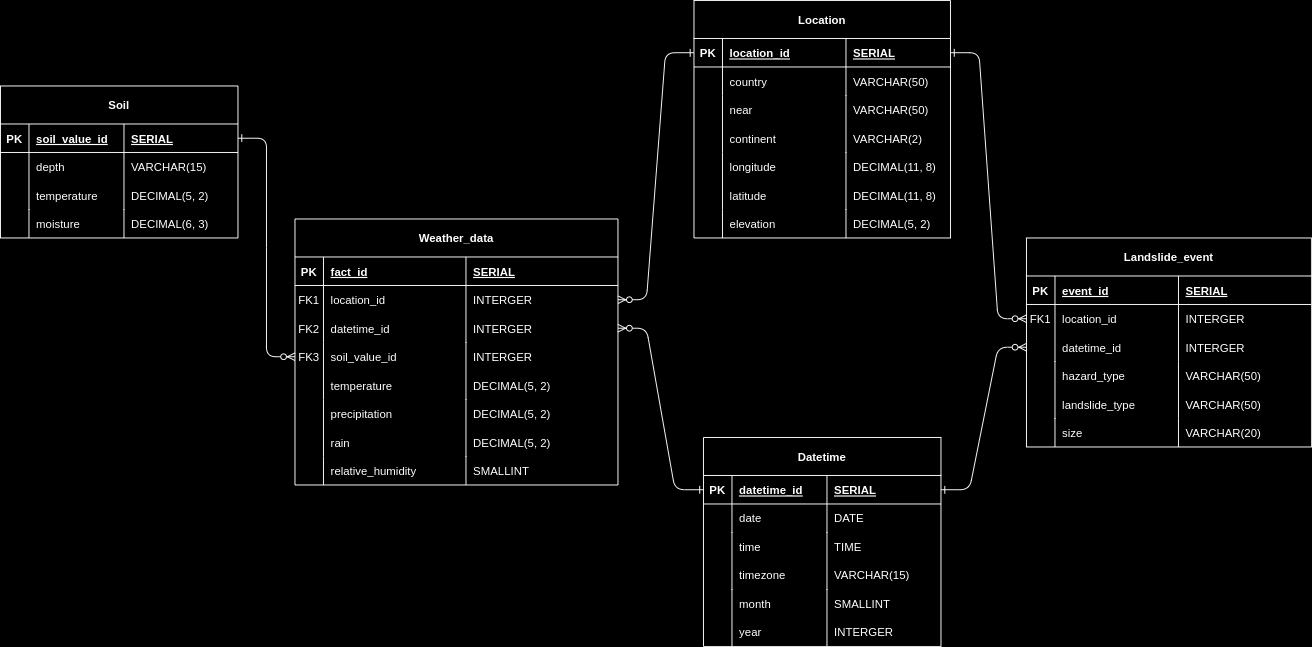
The draw.io diagram assets/datawarehouse_schema.png in jeremy0612/landslide_monitoring_system, before a commit. Source tidied: cells renumbered, new cells last; positions are measured from the earlier drawing's top-left corner, leaving out a move shared by most shapes.
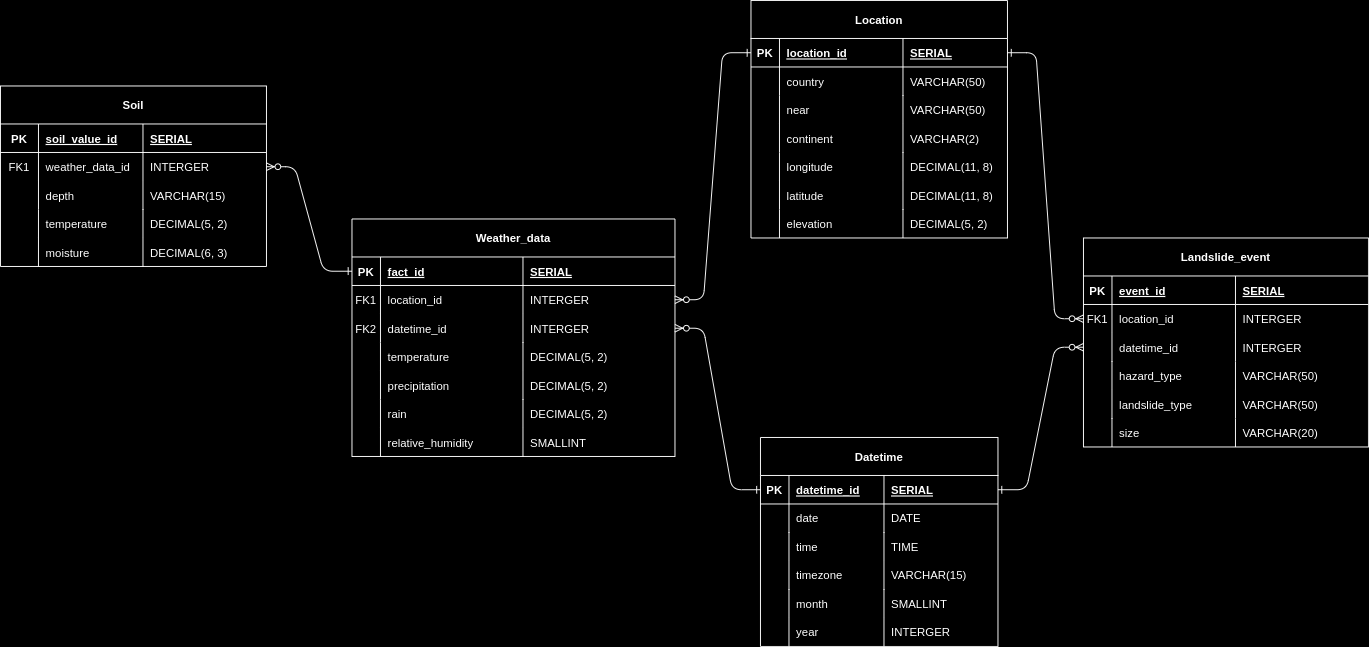
The same file after the commit.

What changed in the source:
```diff
@@ -6,7 +6,7 @@
       <mxGeometry relative="1" as="geometry" />
     </mxCell>
     <mxCell id="3" value="Weather_data" style="shape=table;startSize=40;rowLines=0;fontStyle=1;align=center;" parent="1" vertex="1">
-      <mxGeometry x="310" y="230" width="340" height="280" as="geometry" />
+      <mxGeometry x="310" y="230" width="340" height="250" as="geometry" />
     </mxCell>
     <mxCell id="4" style="shape=partialRectangle;fillColor=none;points=[[0,0.5],[1,0.5]];portConstraint=eastwest;top=0;left=0;right=0;bottom=1;" parent="3" vertex="1">
       <mxGeometry y="40" width="340" height="30" as="geometry" />
@@ -44,20 +44,8 @@
     <mxCell id="15" value="INTERGER" style="shape=partialRectangle;overflow=hidden;fillColor=none;top=0;left=0;bottom=0;right=0;align=left;spacingLeft=6;" parent="12" vertex="1">
       <mxGeometry x="180" width="160" height="30" as="geometry" />
     </mxCell>
-    <mxCell id="16" style="shape=partialRectangle;fillColor=none;points=[[0,0.5],[1,0.5]];portConstraint=eastwest;top=0;left=0;right=0;bottom=0;" parent="3" vertex="1">
-      <mxGeometry y="130" width="340" height="30" as="geometry" />
-    </mxCell>
-    <mxCell id="17" value="FK3" style="shape=partialRectangle;overflow=hidden;fillColor=none;top=0;left=0;bottom=0;right=0;" parent="16" vertex="1">
-      <mxGeometry width="30" height="30" as="geometry" />
-    </mxCell>
-    <mxCell id="18" value="soil_value_id" style="shape=partialRectangle;overflow=hidden;fillColor=none;top=0;left=0;bottom=0;right=0;align=left;spacingLeft=6;" parent="16" vertex="1">
-      <mxGeometry x="30" width="150" height="30" as="geometry" />
-    </mxCell>
-    <mxCell id="19" value="INTERGER" style="shape=partialRectangle;overflow=hidden;fillColor=none;top=0;left=0;bottom=0;right=0;align=left;spacingLeft=6;" parent="16" vertex="1">
-      <mxGeometry x="180" width="160" height="30" as="geometry" />
-    </mxCell>
     <mxCell id="20" style="shape=partialRectangle;fillColor=none;top=0;left=0;right=0;bottom=0;" parent="3" vertex="1">
-      <mxGeometry y="160" width="340" height="30" as="geometry" />
+      <mxGeometry y="130" width="340" height="30" as="geometry" />
     </mxCell>
     <mxCell id="21" style="shape=partialRectangle;overflow=hidden;fillColor=none;top=0;left=0;bottom=0;right=0;" parent="20" vertex="1">
       <mxGeometry width="30" height="30" as="geometry" />
@@ -69,7 +57,7 @@
       <mxGeometry x="180" width="160" height="30" as="geometry" />
     </mxCell>
     <mxCell id="24" style="shape=partialRectangle;fillColor=none;top=0;left=0;right=0;bottom=0;" parent="3" vertex="1">
-      <mxGeometry y="190" width="340" height="30" as="geometry" />
+      <mxGeometry y="160" width="340" height="30" as="geometry" />
     </mxCell>
     <mxCell id="25" style="shape=partialRectangle;overflow=hidden;fillColor=none;top=0;left=0;bottom=0;right=0;" parent="24" vertex="1">
       <mxGeometry width="30" height="30" as="geometry" />
@@ -81,7 +69,7 @@
       <mxGeometry x="180" width="160" height="30" as="geometry" />
     </mxCell>
     <mxCell id="28" style="shape=partialRectangle;fillColor=none;top=0;left=0;right=0;bottom=0;" parent="3" vertex="1">
-      <mxGeometry y="220" width="340" height="30" as="geometry" />
+      <mxGeometry y="190" width="340" height="30" as="geometry" />
     </mxCell>
     <mxCell id="29" style="shape=partialRectangle;overflow=hidden;fillColor=none;top=0;left=0;bottom=0;right=0;" parent="28" vertex="1">
       <mxGeometry width="30" height="30" as="geometry" />
@@ -93,7 +81,7 @@
       <mxGeometry x="180" width="160" height="30" as="geometry" />
     </mxCell>
     <mxCell id="32" style="shape=partialRectangle;fillColor=none;top=0;left=0;right=0;bottom=0;" parent="3" vertex="1">
-      <mxGeometry y="250" width="340" height="30" as="geometry" />
+      <mxGeometry y="220" width="340" height="30" as="geometry" />
     </mxCell>
     <mxCell id="33" style="shape=partialRectangle;overflow=hidden;fillColor=none;top=0;left=0;bottom=0;right=0;" parent="32" vertex="1">
       <mxGeometry width="30" height="30" as="geometry" />
@@ -359,57 +347,69 @@
       </mxGeometry>
     </mxCell>
     <mxCell id="118" value="Soil" style="shape=table;startSize=40;rowLines=0;fontStyle=1;align=center;" parent="1" vertex="1">
-      <mxGeometry y="90" width="250" height="160" as="geometry" />
+      <mxGeometry x="-60" y="90" width="280" height="190" as="geometry" />
     </mxCell>
     <mxCell id="119" style="shape=partialRectangle;fillColor=none;points=[[0,0.5],[1,0.5]];portConstraint=eastwest;top=0;left=0;right=0;bottom=1;" parent="118" vertex="1">
-      <mxGeometry y="40" width="250" height="30" as="geometry" />
+      <mxGeometry y="40" width="280" height="30" as="geometry" />
     </mxCell>
     <mxCell id="120" value="PK" style="shape=partialRectangle;overflow=hidden;fillColor=none;top=0;left=0;bottom=0;right=0;fontStyle=1;" parent="119" vertex="1">
-      <mxGeometry width="30" height="30" as="geometry" />
+      <mxGeometry width="40" height="30" as="geometry" />
     </mxCell>
     <mxCell id="121" value="soil_value_id" style="shape=partialRectangle;overflow=hidden;fillColor=none;top=0;left=0;bottom=0;right=0;align=left;spacingLeft=6;fontStyle=5;" parent="119" vertex="1">
-      <mxGeometry x="30" width="100" height="30" as="geometry" />
+      <mxGeometry x="40" width="110" height="30" as="geometry" />
     </mxCell>
     <mxCell id="122" value="SERIAL" style="shape=partialRectangle;overflow=hidden;fillColor=none;top=0;left=0;bottom=0;right=0;align=left;spacingLeft=6;fontStyle=5;" parent="119" vertex="1">
-      <mxGeometry x="130" width="120" height="30" as="geometry" />
+      <mxGeometry x="150" width="130" height="30" as="geometry" />
     </mxCell>
+    <mxCell id="136" style="shape=partialRectangle;fillColor=none;points=[[0,0.5],[1,0.5]];portConstraint=eastwest;top=0;left=0;right=0;bottom=0;" parent="118" vertex="1">
+      <mxGeometry y="70" width="280" height="30" as="geometry" />
+    </mxCell>
+    <mxCell id="137" value="FK1" style="shape=partialRectangle;overflow=hidden;fillColor=none;top=0;left=0;bottom=0;right=0;" parent="136" vertex="1">
+      <mxGeometry width="40" height="30" as="geometry" />
+    </mxCell>
+    <mxCell id="138" value="weather_data_id             " style="shape=partialRectangle;overflow=hidden;fillColor=none;top=0;left=0;bottom=0;right=0;align=left;spacingLeft=6;" parent="136" vertex="1">
+      <mxGeometry x="40" width="110" height="30" as="geometry" />
+    </mxCell>
+    <mxCell id="19" value="INTERGER" style="shape=partialRectangle;overflow=hidden;fillColor=none;top=0;left=0;bottom=0;right=0;align=left;spacingLeft=6;" parent="136" vertex="1">
+      <mxGeometry x="150" width="130" height="30" as="geometry" />
+    </mxCell>
     <mxCell id="123" style="shape=partialRectangle;fillColor=none;top=0;left=0;right=0;bottom=0;" parent="118" vertex="1">
-      <mxGeometry y="70" width="250" height="30" as="geometry" />
+      <mxGeometry y="100" width="280" height="30" as="geometry" />
     </mxCell>
     <mxCell id="124" style="shape=partialRectangle;overflow=hidden;fillColor=none;top=0;left=0;bottom=0;right=0;" parent="123" vertex="1">
-      <mxGeometry width="30" height="30" as="geometry" />
+      <mxGeometry width="40" height="30" as="geometry" />
     </mxCell>
     <mxCell id="125" value="depth" style="shape=partialRectangle;overflow=hidden;fillColor=none;top=0;left=0;bottom=0;right=0;align=left;spacingLeft=6;" parent="123" vertex="1">
-      <mxGeometry x="30" width="100" height="30" as="geometry" />
+      <mxGeometry x="40" width="110" height="30" as="geometry" />
     </mxCell>
     <mxCell id="126" value="VARCHAR(15)" style="shape=partialRectangle;overflow=hidden;fillColor=none;top=0;left=0;bottom=0;right=0;align=left;spacingLeft=6;" parent="123" vertex="1">
-      <mxGeometry x="130" width="120" height="30" as="geometry" />
+      <mxGeometry x="150" width="130" height="30" as="geometry" />
     </mxCell>
     <mxCell id="127" style="shape=partialRectangle;fillColor=none;top=0;left=0;right=0;bottom=0;" parent="118" vertex="1">
-      <mxGeometry y="100" width="250" height="30" as="geometry" />
+      <mxGeometry y="130" width="280" height="30" as="geometry" />
     </mxCell>
     <mxCell id="128" style="shape=partialRectangle;overflow=hidden;fillColor=none;top=0;left=0;bottom=0;right=0;" parent="127" vertex="1">
-      <mxGeometry width="30" height="30" as="geometry" />
+      <mxGeometry width="40" height="30" as="geometry" />
     </mxCell>
     <mxCell id="129" value="temperature" style="shape=partialRectangle;overflow=hidden;fillColor=none;top=0;left=0;bottom=0;right=0;align=left;spacingLeft=6;" parent="127" vertex="1">
-      <mxGeometry x="30" width="100" height="30" as="geometry" />
+      <mxGeometry x="40" width="110" height="30" as="geometry" />
     </mxCell>
     <mxCell id="130" value="DECIMAL(5, 2)" style="shape=partialRectangle;overflow=hidden;fillColor=none;top=0;left=0;bottom=0;right=0;align=left;spacingLeft=6;" parent="127" vertex="1">
-      <mxGeometry x="130" width="120" height="30" as="geometry" />
+      <mxGeometry x="150" width="130" height="30" as="geometry" />
     </mxCell>
     <mxCell id="131" style="shape=partialRectangle;fillColor=none;top=0;left=0;right=0;bottom=0;" parent="118" vertex="1">
-      <mxGeometry y="130" width="250" height="30" as="geometry" />
+      <mxGeometry y="160" width="280" height="30" as="geometry" />
     </mxCell>
     <mxCell id="132" style="shape=partialRectangle;overflow=hidden;fillColor=none;top=0;left=0;bottom=0;right=0;" parent="131" vertex="1">
-      <mxGeometry width="30" height="30" as="geometry" />
+      <mxGeometry width="40" height="30" as="geometry" />
     </mxCell>
     <mxCell id="133" value="moisture" style="shape=partialRectangle;overflow=hidden;fillColor=none;top=0;left=0;bottom=0;right=0;align=left;spacingLeft=6;" parent="131" vertex="1">
-      <mxGeometry x="30" width="100" height="30" as="geometry" />
+      <mxGeometry x="40" width="110" height="30" as="geometry" />
     </mxCell>
     <mxCell id="134" value="DECIMAL(6, 3)" style="shape=partialRectangle;overflow=hidden;fillColor=none;top=0;left=0;bottom=0;right=0;align=left;spacingLeft=6;" parent="131" vertex="1">
-      <mxGeometry x="130" width="120" height="30" as="geometry" />
+      <mxGeometry x="150" width="130" height="30" as="geometry" />
     </mxCell>
-    <mxCell id="135" style="edgeStyle=entityRelationEdgeStyle;endArrow=ERzeroToMany;startArrow=ERone;endFill=1;startFill=0;" parent="1" edge="1" source="119" target="16">
+    <mxCell id="135" style="edgeStyle=entityRelationEdgeStyle;endArrow=ERzeroToMany;startArrow=ERone;endFill=1;startFill=0;exitX=0;exitY=0.5;exitDx=0;exitDy=0;" parent="1" edge="1" source="4" target="136">
       <mxGeometry relative="1" as="geometry" />
     </mxCell>
   </root>
```
